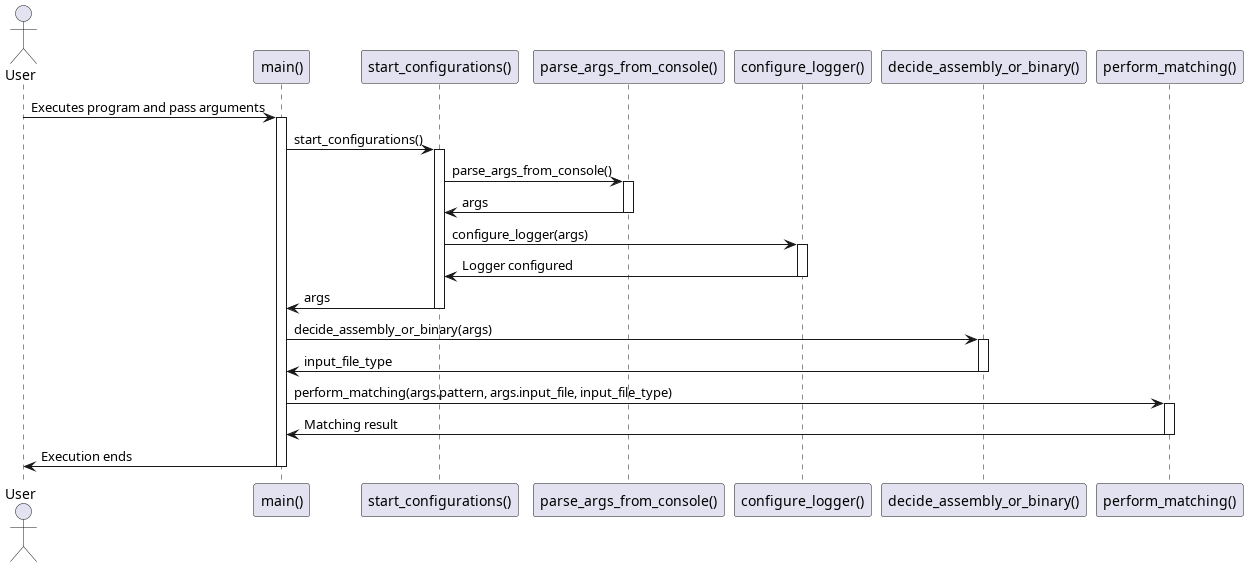
This is design/sequence_diagram_main_module.png from JukMR/JASM, a PlantUML export, as it was before one commit. The source it was exported from:
```plantuml
@startuml sequence_diagram_main_module
actor User
participant "main()" as Main
participant "start_configurations()" as StartConfig
participant "parse_args_from_console()" as ParseArgs
participant "configure_logger()" as ConfigLogger
participant "decide_assembly_or_binary()" as DecideType
participant "perform_matching()" as PerformMatching

User -> Main: Executes program and pass arguments
activate Main

Main -> StartConfig: start_configurations()
activate StartConfig

StartConfig -> ParseArgs: parse_args_from_console()
activate ParseArgs
ParseArgs -> StartConfig: args
deactivate ParseArgs

StartConfig -> ConfigLogger: configure_logger(args)
activate ConfigLogger
ConfigLogger -> StartConfig: Logger configured
deactivate ConfigLogger

StartConfig -> Main: args
deactivate StartConfig

Main -> DecideType: decide_assembly_or_binary(args)
activate DecideType
DecideType -> Main: input_file_type
deactivate DecideType

Main -> PerformMatching: perform_matching(args.pattern, args.input_file, input_file_type)
activate PerformMatching
PerformMatching -> Main: Matching result
deactivate PerformMatching

Main -> User: Execution ends
deactivate Main
@enduml
```
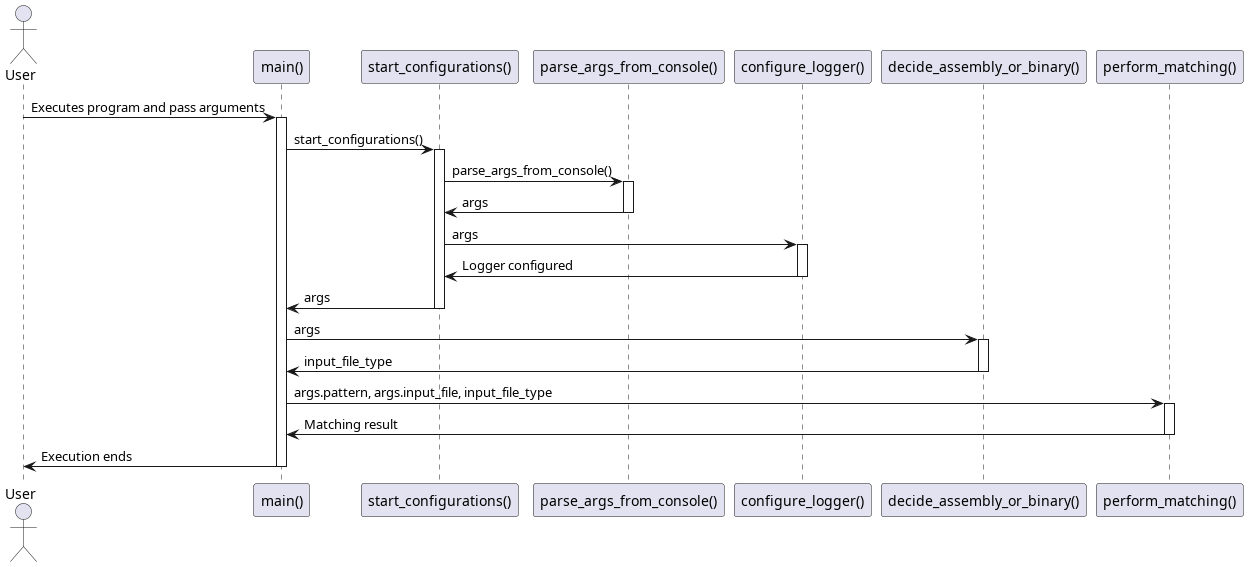
Above is the later version.

Commit message:
Add new sequence diagram correctly design only for the match file

The edit, as a diff of the source:
```diff
@@ -18,7 +18,7 @@
 ParseArgs -> StartConfig: args
 deactivate ParseArgs
 
-StartConfig -> ConfigLogger: configure_logger(args)
+StartConfig -> ConfigLogger: args
 activate ConfigLogger
 ConfigLogger -> StartConfig: Logger configured
 deactivate ConfigLogger
@@ -26,12 +26,12 @@
 StartConfig -> Main: args
 deactivate StartConfig
 
-Main -> DecideType: decide_assembly_or_binary(args)
+Main -> DecideType: args
 activate DecideType
 DecideType -> Main: input_file_type
 deactivate DecideType
 
-Main -> PerformMatching: perform_matching(args.pattern, args.input_file, input_file_type)
+Main -> PerformMatching: args.pattern, args.input_file, input_file_type
 activate PerformMatching
 PerformMatching -> Main: Matching result
 deactivate PerformMatching
```
